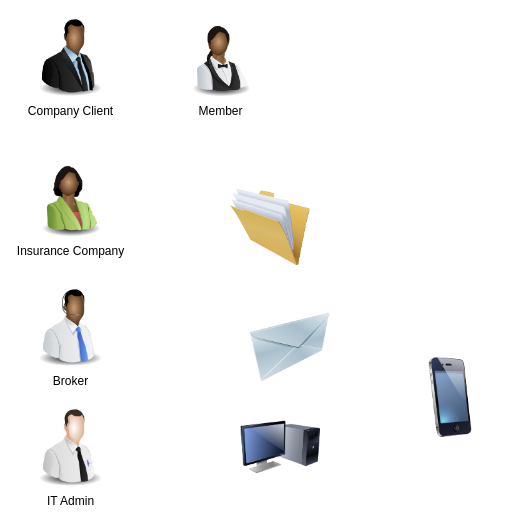
Above: page "Page-9" (3 of 10) of howdengroup.drawio in jasarvn/howdengroup (draw.io), before the change. Source tidied: cells renumbered, new cells numbered last; positions are measured from the earlier drawing's top-left corner, leaving out a move shared by most shapes. Both pictures are drawn from the tidied source at 100%, with x=0, y=0 at pixel (30, 17).
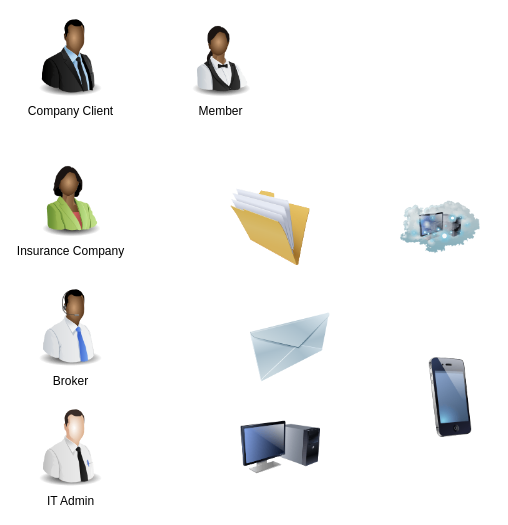
The same diagram, later.

The edit, as a diff of the source:
```diff
@@
 <mxGraphModel>
   <root>
     <mxCell id="0" />
     <mxCell id="1" parent="0" />
     <mxCell id="2" value="Company Client" style="image;html=1;labelBackgroundColor=#ffffff;image=img/lib/clip_art/people/Suit_Man_Black_128x128.png;" parent="1" vertex="1">
       <mxGeometry width="80" height="80" as="geometry" />
     </mxCell>
     <mxCell id="3" value="Insurance Company" style="image;html=1;labelBackgroundColor=#ffffff;image=img/lib/clip_art/people/Suit_Woman_Green_Black_128x128.png;" parent="1" vertex="1">
       <mxGeometry y="140" width="80" height="80" as="geometry" />
     </mxCell>
     <mxCell id="4" value="Broker" style="image;html=1;labelBackgroundColor=#ffffff;image=img/lib/clip_art/people/Telesales_Man_Black_128x128.png;" parent="1" vertex="1">
       <mxGeometry y="270" width="80" height="80" as="geometry" />
     </mxCell>
     <mxCell id="5" value="IT Admin" style="image;html=1;labelBackgroundColor=#ffffff;image=img/lib/clip_art/people/Tech_Man_128x128.png;" parent="1" vertex="1">
       <mxGeometry y="390" width="80" height="80" as="geometry" />
     </mxCell>
     <mxCell id="6" value="Member&lt;br&gt;" style="image;html=1;labelBackgroundColor=#ffffff;image=img/lib/clip_art/people/Waiter_Woman_Black_128x128.png;" parent="1" vertex="1">
       <mxGeometry x="150" width="80" height="80" as="geometry" />
     </mxCell>
     <mxCell id="7" style="image;html=1;labelBackgroundColor=#ffffff;image=img/lib/clip_art/general/Full_Folder_128x128.png;" parent="1" vertex="1">
       <mxGeometry x="200" y="170" width="80" height="80" as="geometry" />
     </mxCell>
     <mxCell id="8" style="image;html=1;labelBackgroundColor=#ffffff;image=img/lib/clip_art/networking/Email_128x128.png;" parent="1" vertex="1">
       <mxGeometry x="220" y="290" width="80" height="80" as="geometry" />
     </mxCell>
     <mxCell id="9" style="image;html=1;labelBackgroundColor=#ffffff;image=img/lib/clip_art/computers/Monitor_Tower_128x128.png;" parent="1" vertex="1">
       <mxGeometry x="210" y="390" width="80" height="80" as="geometry" />
     </mxCell>
     <mxCell id="10" style="image;html=1;labelBackgroundColor=#ffffff;image=img/lib/clip_art/telecommunication/iPhone_128x128.png;" parent="1" vertex="1">
       <mxGeometry x="380" y="340" width="80" height="80" as="geometry" />
     </mxCell>
+    <mxCell id="11" style="image;html=1;labelBackgroundColor=#ffffff;image=img/lib/clip_art/networking/Cloud_Computer_128x128.png;" parent="1" vertex="1">
+      <mxGeometry x="370" y="170" width="80" height="80" as="geometry" />
+    </mxCell>
   </root>
 </mxGraphModel>
```
